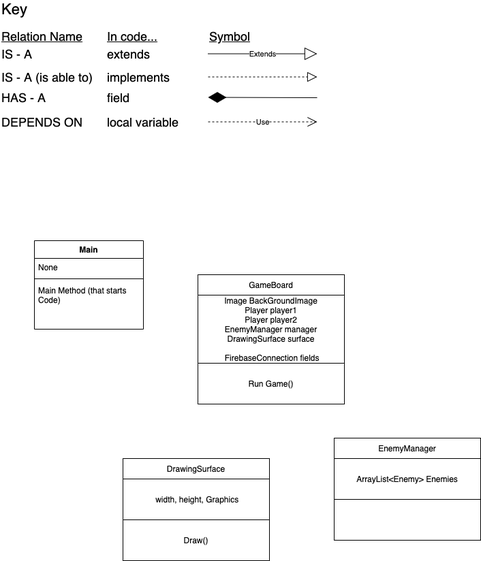
Above: doc/SK Final Project UML.png in HHSAPCompSci2020/capstone-project-group-12-ks (draw.io), before the change. Source tidied: cells renumbered, new cells last; positions are measured from the earlier drawing's top-left corner, leaving out a move shared by most shapes.
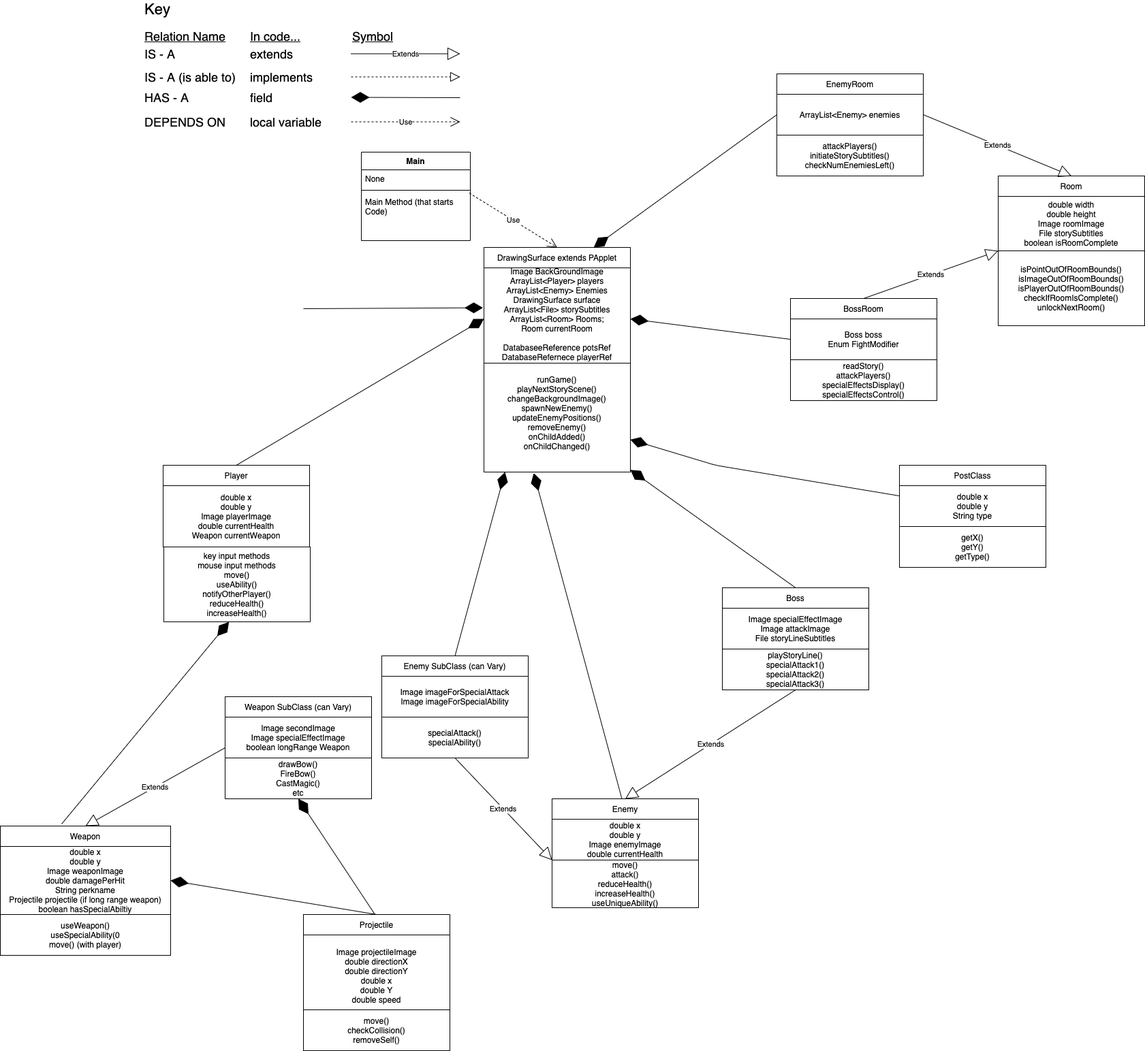
Above is the later version.

Commit message:
ALPHA BUILD(Updated UML)

The edit, as a diff of the source:
```diff
@@ -63,7 +63,7 @@
       </mxGeometry>
     </mxCell>
     <mxCell id="18" value="Main" style="swimlane;fontStyle=1;align=center;verticalAlign=top;horizontal=1;startSize=26;" parent="1" vertex="1">
-      <mxGeometry x="50" y="350" width="160" height="130" as="geometry" />
+      <mxGeometry x="320" y="220" width="160" height="130" as="geometry" />
     </mxCell>
     <mxCell id="19" value="None" style="text;strokeColor=none;fillColor=none;align=left;verticalAlign=top;spacingLeft=4;spacingRight=4;overflow=hidden;" parent="18" vertex="1">
       <mxGeometry y="26" width="160" height="26" as="geometry" />
@@ -74,32 +74,176 @@
     <mxCell id="21" value="Main Method (that starts &#10;Code)" style="text;strokeColor=none;fillColor=none;align=left;verticalAlign=top;spacingLeft=4;spacingRight=4;overflow=hidden;points=[[0,0.5],[1,0.5]];portConstraint=eastwest;" parent="18" vertex="1">
       <mxGeometry y="60" width="160" height="70" as="geometry" />
     </mxCell>
-    <mxCell id="22" value="DrawingSurface" style="rounded=0;whiteSpace=wrap;html=1;" parent="1" vertex="1">
-      <mxGeometry x="180" y="670" width="215" height="30" as="geometry" />
-    </mxCell>
-    <mxCell id="23" value="&amp;nbsp;width, height, Graphics" style="rounded=0;whiteSpace=wrap;html=1;" parent="1" vertex="1">
-      <mxGeometry x="180" y="700" width="215" height="60" as="geometry" />
-    </mxCell>
-    <mxCell id="24" value="Draw()&lt;br&gt;" style="rounded=0;whiteSpace=wrap;html=1;" parent="1" vertex="1">
-      <mxGeometry x="180" y="760" width="215" height="60" as="geometry" />
-    </mxCell>
-    <mxCell id="25" value="GameBoard" style="rounded=0;whiteSpace=wrap;html=1;" parent="1" vertex="1">
-      <mxGeometry x="290" y="400" width="215" height="30" as="geometry" />
+    <mxCell id="25" value="DrawingSurface extends PApplet" style="rounded=0;whiteSpace=wrap;html=1;" parent="1" vertex="1">
+      <mxGeometry x="500" y="360" width="215" height="30" as="geometry" />
     </mxCell>
-    <mxCell id="26" value="Image BackGroundImage&lt;br&gt;Player player1&lt;br&gt;Player player2&lt;br&gt;EnemyManager manager&lt;br&gt;DrawingSurface surface&lt;br&gt;&lt;br&gt;&amp;nbsp;FirebaseConnection fields" style="rounded=0;whiteSpace=wrap;html=1;" parent="1" vertex="1">
-      <mxGeometry x="290" y="430" width="215" height="100" as="geometry" />
+    <mxCell id="26" value="Image BackGroundImage&lt;br&gt;ArrayList&amp;lt;Player&amp;gt; players&lt;br&gt;ArrayList&amp;lt;Enemy&amp;gt; Enemies&lt;br&gt;DrawingSurface surface&lt;br&gt;ArrayList&amp;lt;File&amp;gt; storySubtitles&lt;br&gt;ArrayList&amp;lt;Room&amp;gt; Rooms;&lt;br&gt;Room currentRoom&lt;br&gt;&lt;br&gt;DatabaseeReference potsRef&lt;br&gt;DatabaseRefernece playerRef&lt;br&gt;Post currentPost" style="rounded=0;whiteSpace=wrap;html=1;" parent="1" vertex="1">
+      <mxGeometry x="500" y="390" width="215" height="150" as="geometry" />
     </mxCell>
-    <mxCell id="27" value="Run Game()" style="rounded=0;whiteSpace=wrap;html=1;" parent="1" vertex="1">
-      <mxGeometry x="290" y="530" width="215" height="60" as="geometry" />
+    <mxCell id="27" value="runGame()&lt;br&gt;playNextStoryScene()&lt;br&gt;changeBackgroundImage()&lt;br&gt;spawnNewEnemy()&lt;br&gt;updateEnemyPositions()&lt;br&gt;removeEnemy()&lt;br&gt;onChildAdded()&lt;br&gt;onChildChanged()&lt;br&gt;&lt;br&gt;" style="rounded=0;whiteSpace=wrap;html=1;" parent="1" vertex="1">
+      <mxGeometry x="500" y="530" width="215" height="160" as="geometry" />
     </mxCell>
-    <mxCell id="28" value="EnemyManager" style="rounded=0;whiteSpace=wrap;html=1;" parent="1" vertex="1">
-      <mxGeometry x="490" y="640" width="215" height="30" as="geometry" />
-    </mxCell>
-    <mxCell id="29" value="ArrayList&amp;lt;Enemy&amp;gt; Enemies" style="rounded=0;whiteSpace=wrap;html=1;" parent="1" vertex="1">
-      <mxGeometry x="490" y="670" width="215" height="60" as="geometry" />
-    </mxCell>
-    <mxCell id="30" style="rounded=0;whiteSpace=wrap;html=1;" parent="1" vertex="1">
-      <mxGeometry x="490" y="730" width="215" height="60" as="geometry" />
-    </mxCell>
+    <mxCell id="31" value="Player" style="rounded=0;whiteSpace=wrap;html=1;" parent="1" vertex="1">
+      <mxGeometry x="29" y="680" width="215" height="30" as="geometry" />
+    </mxCell>
+    <mxCell id="32" value="double x&lt;br&gt;double y&lt;br&gt;Image playerImage&lt;br&gt;double currentHealth&lt;br&gt;Weapon currentWeapon" style="rounded=0;whiteSpace=wrap;html=1;" parent="1" vertex="1">
+      <mxGeometry x="29" y="710" width="215" height="90" as="geometry" />
+    </mxCell>
+    <mxCell id="33" value="key input methods&lt;br&gt;mouse input methods&lt;br&gt;move()&lt;br&gt;useAbility()&lt;br&gt;notifyOtherPlayer()&lt;br&gt;reduceHealth()&lt;br&gt;increaseHealth()" style="rounded=0;whiteSpace=wrap;html=1;" parent="1" vertex="1">
+      <mxGeometry x="30" y="800" width="215" height="110" as="geometry" />
+    </mxCell>
+    <mxCell id="34" value="Enemy" style="rounded=0;whiteSpace=wrap;html=1;" parent="1" vertex="1">
+      <mxGeometry x="600" y="1170" width="215" height="30" as="geometry" />
+    </mxCell>
+    <mxCell id="35" value="double x&lt;br&gt;double y&lt;br&gt;Image enemyImage&lt;br&gt;double currentHealth&lt;br&gt;" style="rounded=0;whiteSpace=wrap;html=1;" parent="1" vertex="1">
+      <mxGeometry x="600" y="1200" width="215" height="60" as="geometry" />
+    </mxCell>
+    <mxCell id="36" value="move()&lt;br&gt;attack()&lt;br&gt;reduceHealth()&lt;br&gt;increaseHealth()&lt;br&gt;useUniqueAbility()" style="rounded=0;whiteSpace=wrap;html=1;" parent="1" vertex="1">
+      <mxGeometry x="600" y="1260" width="215" height="70" as="geometry" />
+    </mxCell>
+    <mxCell id="37" value="Weapon" style="rounded=0;whiteSpace=wrap;html=1;" parent="1" vertex="1">
+      <mxGeometry x="-210" y="1210" width="250" height="30" as="geometry" />
+    </mxCell>
+    <mxCell id="38" value="double x&lt;br&gt;double y&lt;br&gt;Image weaponImage&lt;br&gt;double damagePerHit&lt;br&gt;String perkname&lt;br&gt;Projectile projectile (if long range weapon)&lt;br&gt;boolean hasSpecialAbiltiy" style="rounded=0;whiteSpace=wrap;html=1;" parent="1" vertex="1">
+      <mxGeometry x="-210" y="1240" width="250" height="100" as="geometry" />
+    </mxCell>
+    <mxCell id="39" value="useWeapon()&lt;br&gt;useSpecialAbility(0&lt;br&gt;move() (with player)" style="rounded=0;whiteSpace=wrap;html=1;" parent="1" vertex="1">
+      <mxGeometry x="-210" y="1340" width="250" height="60" as="geometry" />
+    </mxCell>
+    <mxCell id="40" value="Boss" style="rounded=0;whiteSpace=wrap;html=1;" parent="1" vertex="1">
+      <mxGeometry x="850" y="860" width="215" height="30" as="geometry" />
+    </mxCell>
+    <mxCell id="41" value="Image specialEffectImage&lt;br&gt;Image attackImage&lt;br&gt;File storyLineSubtitles&lt;br&gt;" style="rounded=0;whiteSpace=wrap;html=1;" parent="1" vertex="1">
+      <mxGeometry x="850" y="890" width="215" height="60" as="geometry" />
+    </mxCell>
+    <mxCell id="42" value="playStoryLine()&lt;br&gt;specialAttack1()&lt;br&gt;specialAttack2()&lt;br&gt;specialAttack3()&lt;br&gt;" style="rounded=0;whiteSpace=wrap;html=1;" parent="1" vertex="1">
+      <mxGeometry x="850" y="950" width="215" height="60" as="geometry" />
+    </mxCell>
+    <mxCell id="43" value="PostClass" style="rounded=0;whiteSpace=wrap;html=1;" parent="1" vertex="1">
+      <mxGeometry x="1110" y="680" width="215" height="30" as="geometry" />
+    </mxCell>
+    <mxCell id="44" value="double x&lt;br&gt;double y&lt;br&gt;String type" style="rounded=0;whiteSpace=wrap;html=1;" parent="1" vertex="1">
+      <mxGeometry x="1110" y="710" width="215" height="60" as="geometry" />
+    </mxCell>
+    <mxCell id="45" value="getX()&lt;br&gt;getY()&lt;br&gt;getType()" style="rounded=0;whiteSpace=wrap;html=1;" parent="1" vertex="1">
+      <mxGeometry x="1110" y="770" width="215" height="60" as="geometry" />
+    </mxCell>
+    <mxCell id="46" value="Extends" style="endArrow=block;endSize=16;endFill=0;html=1;exitX=0.5;exitY=1;exitDx=0;exitDy=0;entryX=0.5;entryY=0;entryDx=0;entryDy=0;" parent="1" edge="1" source="42" target="34">
+      <mxGeometry relative="1" as="geometry" />
+    </mxCell>
+    <mxCell id="47" style="endArrow=diamondThin;endFill=1;endSize=24;html=1;entryX=0.34;entryY=1.01;entryDx=0;entryDy=0;entryPerimeter=0;" parent="1" edge="1" target="27">
+      <mxGeometry relative="1" as="geometry">
+        <mxPoint x="702.5" y="1170" as="sourcePoint" />
+      </mxGeometry>
+    </mxCell>
+    <mxCell id="48" style="endArrow=diamondThin;endFill=1;endSize=24;html=1;exitX=0.5;exitY=0;exitDx=0;exitDy=0;" parent="1" edge="1" source="40" target="27">
+      <mxGeometry relative="1" as="geometry" />
+    </mxCell>
+    <mxCell id="49" style="endArrow=diamondThin;endFill=1;endSize=24;html=1;entryX=-0.007;entryY=0.391;entryDx=0;entryDy=0;entryPerimeter=0;exitX=1;exitY=0.5;exitDx=0;exitDy=0;" parent="1" edge="1" target="26">
+      <mxGeometry relative="1" as="geometry">
+        <mxPoint x="235" y="450" as="sourcePoint" />
+      </mxGeometry>
+    </mxCell>
+    <mxCell id="50" style="endArrow=diamondThin;endFill=1;endSize=24;html=1;entryX=0.445;entryY=1.001;entryDx=0;entryDy=0;entryPerimeter=0;" parent="1" edge="1" target="33">
+      <mxGeometry relative="1" as="geometry">
+        <mxPoint x="-120" y="1207" as="sourcePoint" />
+      </mxGeometry>
+    </mxCell>
+    <mxCell id="51" style="endArrow=diamondThin;endFill=1;endSize=24;html=1;exitX=0.5;exitY=0;exitDx=0;exitDy=0;entryX=0;entryY=0.5;entryDx=0;entryDy=0;" parent="1" edge="1" source="31" target="26">
+      <mxGeometry relative="1" as="geometry" />
+    </mxCell>
+    <mxCell id="52" value="Use" style="endArrow=open;endSize=12;dashed=1;html=1;exitX=0.991;exitY=0.002;exitDx=0;exitDy=0;exitPerimeter=0;entryX=0.5;entryY=0;entryDx=0;entryDy=0;" parent="1" edge="1" source="21" target="25">
+      <mxGeometry relative="1" as="geometry" />
+    </mxCell>
+    <mxCell id="53" value="Room" style="rounded=0;whiteSpace=wrap;html=1;" parent="1" vertex="1">
+      <mxGeometry x="1255" y="255" width="215" height="30" as="geometry" />
+    </mxCell>
+    <mxCell id="54" value="double width&lt;br&gt;double height&lt;br&gt;Image roomImage&lt;br&gt;File storySubtitles&lt;br&gt;boolean isRoomComplete" style="rounded=0;whiteSpace=wrap;html=1;" parent="1" vertex="1">
+      <mxGeometry x="1255" y="285" width="215" height="80" as="geometry" />
+    </mxCell>
+    <mxCell id="55" value="isPointOutOfRoomBounds()&lt;br&gt;isImageOutOfRoomBounds()&lt;br&gt;isPlayerOutOfRoomBounds()&lt;br&gt;checkIfRoomIsComplete()&lt;br&gt;unlockNextRoom()&lt;br&gt;" style="rounded=0;whiteSpace=wrap;html=1;" parent="1" vertex="1">
+      <mxGeometry x="1255" y="365" width="215" height="110" as="geometry" />
+    </mxCell>
+    <mxCell id="56" value="EnemyRoom" style="rounded=0;whiteSpace=wrap;html=1;" parent="1" vertex="1">
+      <mxGeometry x="930" y="105" width="215" height="30" as="geometry" />
+    </mxCell>
+    <mxCell id="57" value="ArrayList&amp;lt;Enemy&amp;gt; enemies" style="rounded=0;whiteSpace=wrap;html=1;" parent="1" vertex="1">
+      <mxGeometry x="930" y="135" width="215" height="60" as="geometry" />
+    </mxCell>
+    <mxCell id="58" value="attackPlayers()&lt;br&gt;initiateStorySubtitles()&lt;br&gt;checkNumEnemiesLeft()" style="rounded=0;whiteSpace=wrap;html=1;" parent="1" vertex="1">
+      <mxGeometry x="930" y="195" width="215" height="60" as="geometry" />
+    </mxCell>
+    <mxCell id="59" value="BossRoom" style="rounded=0;whiteSpace=wrap;html=1;" parent="1" vertex="1">
+      <mxGeometry x="950" y="435" width="215" height="30" as="geometry" />
+    </mxCell>
+    <mxCell id="60" value="Boss boss&lt;br&gt;Enum FightModifier" style="rounded=0;whiteSpace=wrap;html=1;" parent="1" vertex="1">
+      <mxGeometry x="950" y="465" width="215" height="60" as="geometry" />
+    </mxCell>
+    <mxCell id="61" value="readStory()&lt;br&gt;attackPlayers()&lt;br&gt;specialEffectsDisplay()&lt;br&gt;specialEffectsControl()" style="rounded=0;whiteSpace=wrap;html=1;" parent="1" vertex="1">
+      <mxGeometry x="950" y="525" width="215" height="60" as="geometry" />
+    </mxCell>
+    <mxCell id="62" value="Extends" style="endArrow=block;endSize=16;endFill=0;html=1;exitX=0.5;exitY=0;exitDx=0;exitDy=0;entryX=0;entryY=1;entryDx=0;entryDy=0;" parent="1" edge="1" source="59" target="54">
+      <mxGeometry relative="1" as="geometry" />
+    </mxCell>
+    <mxCell id="63" value="Extends" style="endArrow=block;endSize=16;endFill=0;html=1;exitX=1;exitY=0.5;exitDx=0;exitDy=0;entryX=0.5;entryY=0;entryDx=0;entryDy=0;" parent="1" edge="1" source="57" target="53">
+      <mxGeometry relative="1" as="geometry" />
+    </mxCell>
+    <mxCell id="64" style="endArrow=diamondThin;endFill=1;endSize=24;html=1;entryX=0.75;entryY=0;entryDx=0;entryDy=0;exitX=0;exitY=0.5;exitDx=0;exitDy=0;" parent="1" edge="1" source="57" target="25">
+      <mxGeometry relative="1" as="geometry" />
+    </mxCell>
+    <mxCell id="65" style="endArrow=diamondThin;endFill=1;endSize=24;html=1;entryX=1;entryY=0.5;entryDx=0;entryDy=0;exitX=0;exitY=0.5;exitDx=0;exitDy=0;" parent="1" edge="1" source="60" target="26">
+      <mxGeometry relative="1" as="geometry" />
+    </mxCell>
+    <mxCell id="66" value="Enemy SubClass (can Vary)" style="rounded=0;whiteSpace=wrap;html=1;" parent="1" vertex="1">
+      <mxGeometry x="350" y="960" width="215" height="30" as="geometry" />
+    </mxCell>
+    <mxCell id="67" value="Image imageForSpecialAttack&lt;br&gt;Image imageForSpecialAbility" style="rounded=0;whiteSpace=wrap;html=1;" parent="1" vertex="1">
+      <mxGeometry x="350" y="990" width="215" height="60" as="geometry" />
+    </mxCell>
+    <mxCell id="68" value="specialAttack()&lt;br&gt;specialAbility()&lt;br&gt;" style="rounded=0;whiteSpace=wrap;html=1;" parent="1" vertex="1">
+      <mxGeometry x="350" y="1050" width="215" height="60" as="geometry" />
+    </mxCell>
+    <mxCell id="69" value="Extends" style="endArrow=block;endSize=16;endFill=0;html=1;exitX=0.5;exitY=1;exitDx=0;exitDy=0;entryX=0;entryY=0;entryDx=0;entryDy=0;" parent="1" edge="1" source="68" target="36">
+      <mxGeometry relative="1" as="geometry" />
+    </mxCell>
+    <mxCell id="70" style="endArrow=diamondThin;endFill=1;endSize=24;html=1;exitX=0.5;exitY=0;exitDx=0;exitDy=0;entryX=0.144;entryY=1;entryDx=0;entryDy=0;entryPerimeter=0;" parent="1" edge="1" source="66" target="27">
+      <mxGeometry relative="1" as="geometry" />
+    </mxCell>
+    <mxCell id="71" value="Projectile" style="rounded=0;whiteSpace=wrap;html=1;" parent="1" vertex="1">
+      <mxGeometry x="235" y="1340" width="215" height="30" as="geometry" />
+    </mxCell>
+    <mxCell id="72" value="Image projectileImage&lt;br&gt;double directionX&lt;br&gt;double directionY&lt;br&gt;double x&lt;br&gt;double Y&lt;br&gt;double speed" style="rounded=0;whiteSpace=wrap;html=1;" parent="1" vertex="1">
+      <mxGeometry x="235" y="1370" width="215" height="120" as="geometry" />
+    </mxCell>
+    <mxCell id="73" value="move()&lt;br&gt;checkCollision()&lt;br&gt;removeSelf()" style="rounded=0;whiteSpace=wrap;html=1;" parent="1" vertex="1">
+      <mxGeometry x="235" y="1480" width="215" height="60" as="geometry" />
+    </mxCell>
+    <mxCell id="74" style="endArrow=diamondThin;endFill=1;endSize=24;html=1;entryX=1;entryY=0.5;entryDx=0;entryDy=0;exitX=0.5;exitY=0;exitDx=0;exitDy=0;" parent="1" edge="1" source="71" target="38">
+      <mxGeometry relative="1" as="geometry" />
+    </mxCell>
+    <mxCell id="75" value="Weapon SubClass (can Vary)" style="rounded=0;whiteSpace=wrap;html=1;" parent="1" vertex="1">
+      <mxGeometry x="120" y="1020" width="215" height="30" as="geometry" />
+    </mxCell>
+    <mxCell id="76" value="Image secondImage&lt;br&gt;Image specialEffectImage&lt;br&gt;boolean longRange Weapon&lt;br&gt;" style="rounded=0;whiteSpace=wrap;html=1;" parent="1" vertex="1">
+      <mxGeometry x="120" y="1050" width="215" height="60" as="geometry" />
+    </mxCell>
+    <mxCell id="77" value="drawBow()&lt;br&gt;FireBow()&lt;br&gt;CastMagic()&lt;br&gt;etc" style="rounded=0;whiteSpace=wrap;html=1;" parent="1" vertex="1">
+      <mxGeometry x="120" y="1110" width="215" height="60" as="geometry" />
+    </mxCell>
+    <mxCell id="78" value="Extends" style="endArrow=block;endSize=16;endFill=0;html=1;entryX=0.5;entryY=0;entryDx=0;entryDy=0;exitX=0;exitY=0.75;exitDx=0;exitDy=0;" parent="1" edge="1" source="76" target="37">
+      <mxGeometry relative="1" as="geometry" />
+    </mxCell>
+    <mxCell id="79" style="endArrow=diamondThin;endFill=1;endSize=24;html=1;entryX=0.5;entryY=1;entryDx=0;entryDy=0;" parent="1" edge="1" target="77">
+      <mxGeometry relative="1" as="geometry">
+        <mxPoint x="340" y="1340" as="sourcePoint" />
+      </mxGeometry>
+    </mxCell>
+    <mxCell id="80" style="endArrow=diamondThin;endFill=1;endSize=24;html=1;exitX=0;exitY=0.25;exitDx=0;exitDy=0;" parent="1" edge="1" source="44" target="27">
+      <mxGeometry relative="1" as="geometry">
+        <Array as="points">
+          <mxPoint x="840" y="680" />
+        </Array>
+      </mxGeometry>
+    </mxCell>
   </root>
 </mxGraphModel>
```
